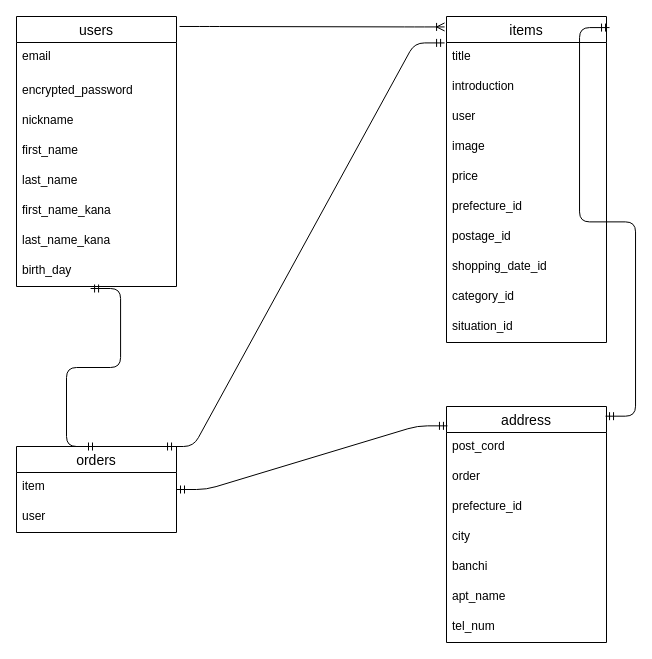
The draw.io diagram ER図.dio in 0zone-k/furima-41745, before the edit. Source tidied: cells renumbered, new cells numbered last; positions are measured from the earlier drawing's top-left corner, leaving out a move shared by most shapes. Both pictures are drawn from the tidied source at 100%, with x=0, y=0 at pixel (16, 16).
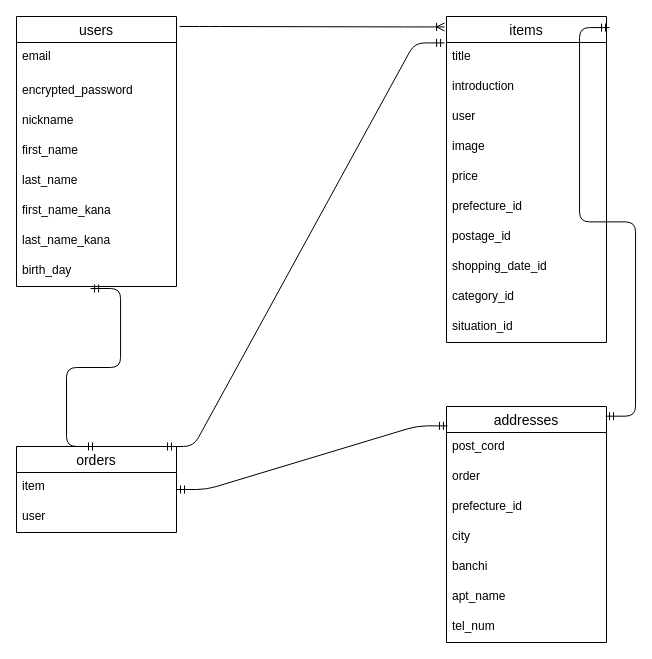
The same page after the edit.

Diff of the diagram source:
```diff
@@
-    <mxCell id="11" value="address" style="swimlane;fontStyle=0;horizontal=1;startSize=26;align=center;fontSize=14;" parent="1" vertex="1">
+    <mxCell id="11" value="addresses" style="swimlane;fontStyle=0;horizontal=1;startSize=26;align=center;fontSize=14;" parent="1" vertex="1">
       <mxGeometry x="430" y="390" width="160" height="236" as="geometry" />
     </mxCell>
```
